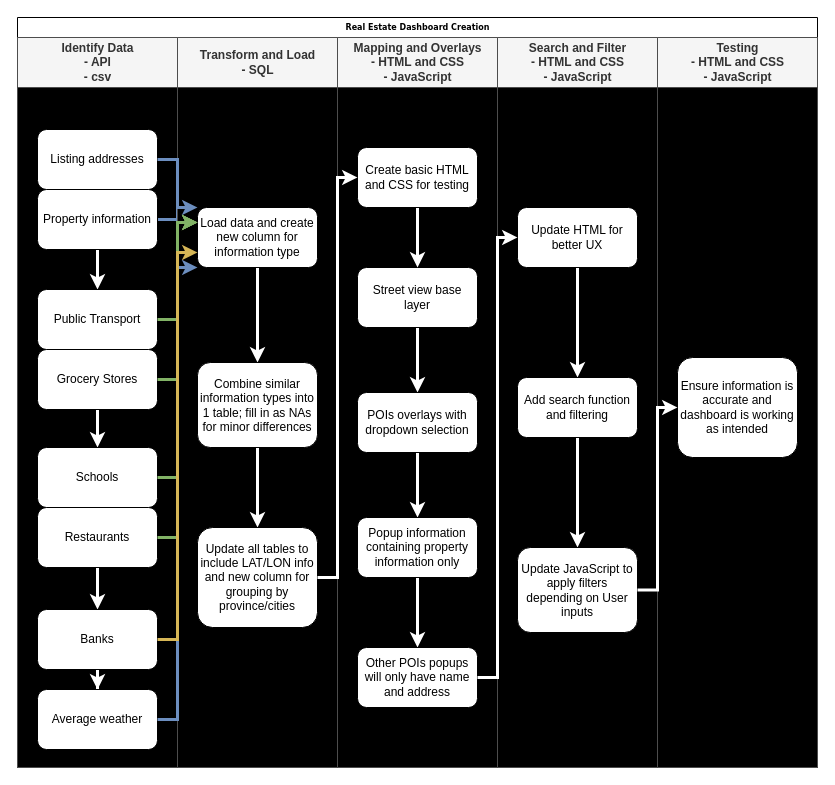
Above: Real Estate Project Breakdown.drawio in vivsarraf/Real-Estate-Dashboard (draw.io), before the change. Source tidied: cells renumbered, new cells numbered last; positions are measured from the earlier drawing's top-left corner, leaving out a move shared by most shapes. Both pictures are drawn from the tidied source at 100%, with x=0, y=0 at pixel (17, 17).
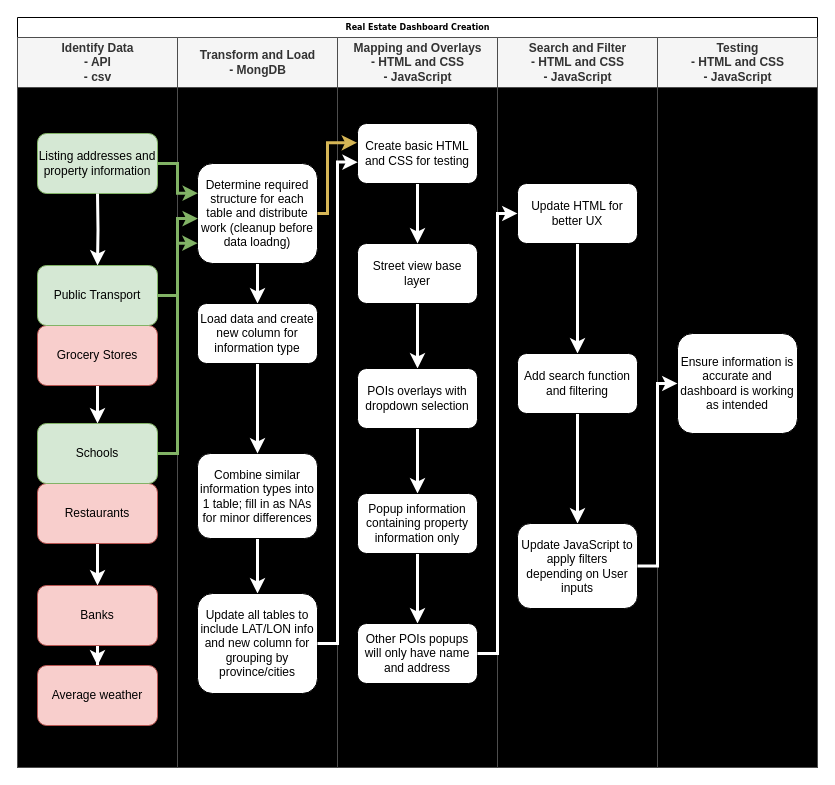
Above is the later version.

Unchanged cells that the change refers to:
```xml
<mxCell id="2" value="Real Estate Dashboard Creation" style="swimlane;html=1;startSize=20;rounded=0;shadow=0;labelBackgroundColor=none;strokeWidth=1;fontFamily=Verdana;fontSize=8;align=center;" parent="1" vertex="1">
  <mxGeometry width="800" height="750" as="geometry" />
</mxCell>
<mxCell id="3" value="Identify Data&lt;div&gt;- API&lt;/div&gt;&lt;div&gt;- csv&lt;/div&gt;" style="swimlane;html=1;startSize=50;strokeColor=#4D4D4D;fillColor=#f5f5f5;fontColor=#333333;shadow=0;glass=0;swimlaneLine=1;swimlaneFillColor=#000000;" parent="2" vertex="1">
  <mxGeometry y="20" width="160" height="730" as="geometry" />
</mxCell>
<mxCell id="23" value="Mapping and Overlays&lt;div&gt;- HTML and CSS&lt;/div&gt;&lt;div&gt;-&amp;nbsp;&lt;span style=&quot;background-color: initial;&quot;&gt;JavaScript&lt;/span&gt;&lt;/div&gt;" style="swimlane;html=1;startSize=50;strokeColor=#4D4D4D;swimlaneFillColor=#000000;fillColor=#f5f5f5;fontColor=#333333;" parent="2" vertex="1">
  <mxGeometry x="320" y="20" width="160" height="730" as="geometry" />
</mxCell>
<mxCell id="33" value="Search and Filter&lt;div&gt;&lt;div&gt;- HTML and CSS&lt;/div&gt;&lt;div&gt;-&amp;nbsp;&lt;span style=&quot;background-color: initial;&quot;&gt;JavaScript&lt;/span&gt;&lt;/div&gt;&lt;/div&gt;" style="swimlane;html=1;startSize=50;strokeColor=#4D4D4D;swimlaneFillColor=#000000;fillColor=#f5f5f5;fontColor=#333333;" parent="2" vertex="1">
  <mxGeometry x="480" y="20" width="160" height="730" as="geometry" />
</mxCell>
<mxCell id="39" value="Testing&lt;div&gt;&lt;div&gt;- HTML and CSS&lt;/div&gt;&lt;div&gt;-&amp;nbsp;&lt;span style=&quot;background-color: initial;&quot;&gt;JavaScript&lt;/span&gt;&lt;/div&gt;&lt;/div&gt;" style="swimlane;html=1;startSize=50;strokeColor=#4D4D4D;swimlaneFillColor=#000000;fillColor=#f5f5f5;fontColor=#333333;" parent="2" vertex="1">
  <mxGeometry x="640" y="20" width="160" height="730" as="geometry" />
</mxCell>
```

Diff of the diagram source:
```diff
@@
-    <mxCell id="4" value="Listing addresses" style="rounded=1;whiteSpace=wrap;html=1;" parent="3" vertex="1">
-      <mxGeometry x="20" y="92" width="120" height="60" as="geometry" />
+    <mxCell id="4" value="Listing addresses and property information" style="rounded=1;whiteSpace=wrap;html=1;fillColor=#d5e8d4;strokeColor=#82b366;" parent="3" vertex="1">
+      <mxGeometry x="20" y="96" width="120" height="60" as="geometry" />
     </mxCell>
@@
-    <mxCell id="6" value="Grocery Stores" style="rounded=1;whiteSpace=wrap;html=1;" parent="3" vertex="1">
-      <mxGeometry x="20" y="312" width="120" height="60" as="geometry" />
+    <mxCell id="6" value="Grocery Stores" style="rounded=1;whiteSpace=wrap;html=1;fillColor=#f8cecc;strokeColor=#b85450;" parent="3" vertex="1">
+      <mxGeometry x="20" y="288" width="120" height="60" as="geometry" />
     </mxCell>
@@
-    <mxCell id="8" value="Restaurants" style="rounded=1;whiteSpace=wrap;html=1;" parent="3" vertex="1">
-      <mxGeometry x="20" y="470" width="120" height="60" as="geometry" />
+    <mxCell id="8" value="Restaurants" style="rounded=1;whiteSpace=wrap;html=1;fillColor=#f8cecc;strokeColor=#b85450;" parent="3" vertex="1">
+      <mxGeometry x="20" y="446" width="120" height="60" as="geometry" />
     </mxCell>
@@
-    <mxCell id="10" value="Banks" style="rounded=1;whiteSpace=wrap;html=1;" parent="3" vertex="1">
-      <mxGeometry x="20" y="572" width="120" height="60" as="geometry" />
+    <mxCell id="10" value="Banks" style="rounded=1;whiteSpace=wrap;html=1;fillColor=#f8cecc;strokeColor=#b85450;" parent="3" vertex="1">
+      <mxGeometry x="20" y="548" width="120" height="60" as="geometry" />
     </mxCell>
-    <mxCell id="11" style="edgeStyle=orthogonalEdgeStyle;rounded=0;jettySize=auto;html=1;strokeColor=#FFFFFF;strokeWidth=3;" parent="3" edge="1" source="13" target="14">
-      <mxGeometry relative="1" as="geometry" />
+    <mxCell id="11" style="edgeStyle=orthogonalEdgeStyle;rounded=0;jettySize=auto;html=1;strokeColor=#FFFFFF;strokeWidth=3;" parent="3" edge="1" target="14">
+      <mxGeometry relative="1" as="geometry">
+        <mxPoint x="80" y="156" as="sourcePoint" />
+      </mxGeometry>
     </mxCell>
-    <mxCell id="12" style="edgeStyle=orthogonalEdgeStyle;rounded=0;jettySize=auto;html=1;exitX=1;exitY=0.5;exitDx=0;exitDy=0;fillColor=#dae8fc;strokeColor=#6c8ebf;strokeWidth=3;" parent="3" edge="1" source="13">
-      <mxGeometry relative="1" as="geometry">
-        <mxPoint x="180" y="170" as="targetPoint" />
-      </mxGeometry>
-    </mxCell>
-    <mxCell id="13" value="Property information" style="rounded=1;whiteSpace=wrap;html=1;" parent="3" vertex="1">
-      <mxGeometry x="20" y="152" width="120" height="60" as="geometry" />
-    </mxCell>
-    <mxCell id="14" value="Public Transport" style="rounded=1;whiteSpace=wrap;html=1;" parent="3" vertex="1">
-      <mxGeometry x="20" y="252" width="120" height="60" as="geometry" />
+    <mxCell id="14" value="Public Transport" style="rounded=1;whiteSpace=wrap;html=1;fillColor=#d5e8d4;strokeColor=#82b366;" parent="3" vertex="1">
+      <mxGeometry x="20" y="228" width="120" height="60" as="geometry" />
     </mxCell>
-    <mxCell id="15" value="Average weather" style="rounded=1;whiteSpace=wrap;html=1;" parent="3" vertex="1">
-      <mxGeometry x="20" y="652" width="120" height="60" as="geometry" />
+    <mxCell id="15" value="Average weather" style="rounded=1;whiteSpace=wrap;html=1;fillColor=#f8cecc;strokeColor=#b85450;" parent="3" vertex="1">
+      <mxGeometry x="20" y="628" width="120" height="60" as="geometry" />
     </mxCell>
-    <mxCell id="16" value="Schools" style="rounded=1;whiteSpace=wrap;html=1;" parent="3" vertex="1">
-      <mxGeometry x="20" y="410" width="120" height="60" as="geometry" />
+    <mxCell id="16" value="Schools" style="rounded=1;whiteSpace=wrap;html=1;fillColor=#d5e8d4;strokeColor=#82b366;" parent="3" vertex="1">
+      <mxGeometry x="20" y="386" width="120" height="60" as="geometry" />
     </mxCell>
-    <mxCell id="17" value="Transform and Load&lt;div&gt;- SQL&lt;/div&gt;" style="swimlane;html=1;startSize=50;strokeColor=#4D4D4D;swimlaneFillColor=#000000;fillColor=#f5f5f5;fontColor=#333333;" parent="2" vertex="1">
+    <mxCell id="17" value="Transform and Load&lt;div&gt;- MongDB&lt;/div&gt;" style="swimlane;html=1;startSize=50;strokeColor=#4D4D4D;swimlaneFillColor=#000000;fillColor=#f5f5f5;fontColor=#333333;" parent="2" vertex="1">
       <mxGeometry x="160" y="20" width="160" height="730" as="geometry" />
     </mxCell>
-    <mxCell id="18" style="edgeStyle=orthogonalEdgeStyle;rounded=0;jettySize=auto;html=1;strokeColor=#FFFFFF;strokeWidth=3;" parent="17" edge="1" source="19" target="21">
+    <mxCell id="18" style="edgeStyle=orthogonalEdgeStyle;rounded=0;jettySize=auto;html=1;strokeColor=#FFFFFF;strokeWidth=3;entryX=0.5;entryY=0;entryDx=0;entryDy=0;" parent="17" edge="1" source="19" target="52">
       <mxGeometry relative="1" as="geometry" />
     </mxCell>
-    <mxCell id="19" value="Load data and create new column for information type" style="rounded=1;whiteSpace=wrap;html=1;" parent="17" vertex="1">
-      <mxGeometry x="20" y="170" width="120" height="60" as="geometry" />
+    <mxCell id="19" value="Determine required structure for each table and distribute work (cleanup before data loadng)" style="rounded=1;whiteSpace=wrap;html=1;" parent="17" vertex="1">
+      <mxGeometry x="20" y="126" width="120" height="100" as="geometry" />
     </mxCell>
@@
     <mxCell id="21" value="Combine similar information types into 1 table; fill in as NAs for minor differences" style="rounded=1;whiteSpace=wrap;html=1;" parent="17" vertex="1">
-      <mxGeometry x="20" y="325" width="120" height="85" as="geometry" />
+      <mxGeometry x="20" y="416" width="120" height="85" as="geometry" />
     </mxCell>
     <mxCell id="22" value="Update all tables to include LAT/LON info and new column for grouping by province/cities" style="rounded=1;whiteSpace=wrap;html=1;" parent="17" vertex="1">
-      <mxGeometry x="20" y="490" width="120" height="100" as="geometry" />
+      <mxGeometry x="20" y="556" width="120" height="100" as="geometry" />
     </mxCell>
+    <mxCell id="51" style="edgeStyle=orthogonalEdgeStyle;rounded=0;jettySize=auto;html=1;strokeColor=#FFFFFF;strokeWidth=3;" parent="17" edge="1" source="52" target="21">
+      <mxGeometry relative="1" as="geometry" />
+    </mxCell>
+    <mxCell id="52" value="Load data and create new column for information type" style="rounded=1;whiteSpace=wrap;html=1;" parent="17" vertex="1">
+      <mxGeometry x="20" y="266" width="120" height="60" as="geometry" />
+    </mxCell>
@@
     <mxCell id="25" value="Street view base layer" style="rounded=1;whiteSpace=wrap;html=1;" parent="23" vertex="1">
-      <mxGeometry x="20" y="230" width="120" height="60" as="geometry" />
+      <mxGeometry x="20" y="206" width="120" height="60" as="geometry" />
     </mxCell>
@@
     <mxCell id="27" value="POIs overlays with dropdown selection" style="rounded=1;whiteSpace=wrap;html=1;" parent="23" vertex="1">
-      <mxGeometry x="20" y="355" width="120" height="60" as="geometry" />
+      <mxGeometry x="20" y="331" width="120" height="60" as="geometry" />
     </mxCell>
@@
     <mxCell id="29" value="Popup information containing property information only" style="rounded=1;whiteSpace=wrap;html=1;" parent="23" vertex="1">
-      <mxGeometry x="20" y="480" width="120" height="60" as="geometry" />
+      <mxGeometry x="20" y="456" width="120" height="60" as="geometry" />
     </mxCell>
     <mxCell id="30" value="Other POIs popups will only have name and address" style="rounded=1;whiteSpace=wrap;html=1;" parent="23" vertex="1">
-      <mxGeometry x="20" y="610" width="120" height="60" as="geometry" />
+      <mxGeometry x="20" y="586" width="120" height="60" as="geometry" />
     </mxCell>
@@
     <mxCell id="32" value="Create basic HTML and CSS for testing" style="rounded=1;whiteSpace=wrap;html=1;" parent="23" vertex="1">
-      <mxGeometry x="20" y="110" width="120" height="60" as="geometry" />
+      <mxGeometry x="20" y="86" width="120" height="60" as="geometry" />
     </mxCell>
@@
     <mxCell id="35" value="Update HTML for better UX" style="rounded=1;whiteSpace=wrap;html=1;" parent="33" vertex="1">
-      <mxGeometry x="20" y="170" width="120" height="60" as="geometry" />
+      <mxGeometry x="20" y="146" width="120" height="60" as="geometry" />
     </mxCell>
@@
     <mxCell id="37" value="Add search function and filtering" style="rounded=1;whiteSpace=wrap;html=1;" parent="33" vertex="1">
-      <mxGeometry x="20" y="340" width="120" height="60" as="geometry" />
+      <mxGeometry x="20" y="316" width="120" height="60" as="geometry" />
     </mxCell>
     <mxCell id="38" value="Update JavaScript to apply filters depending on User inputs" style="rounded=1;whiteSpace=wrap;html=1;" parent="33" vertex="1">
-      <mxGeometry x="20" y="510" width="120" height="85" as="geometry" />
+      <mxGeometry x="20" y="486" width="120" height="85" as="geometry" />
     </mxCell>
@@
     <mxCell id="40" value="Ensure information is accurate and dashboard is working as intended" style="rounded=1;whiteSpace=wrap;html=1;" parent="39" vertex="1">
-      <mxGeometry x="20" y="320" width="120" height="100" as="geometry" />
+      <mxGeometry x="20" y="296" width="120" height="100" as="geometry" />
     </mxCell>
-    <mxCell id="41" style="edgeStyle=orthogonalEdgeStyle;rounded=0;jettySize=auto;html=1;exitX=1;exitY=0.5;exitDx=0;exitDy=0;entryX=0;entryY=0;entryDx=0;entryDy=0;fillColor=#dae8fc;strokeColor=#6c8ebf;strokeWidth=3;" parent="2" edge="1" source="4" target="19">
+    <mxCell id="41" style="edgeStyle=orthogonalEdgeStyle;rounded=0;jettySize=auto;html=1;exitX=1;exitY=0.5;exitDx=0;exitDy=0;fillColor=#d5e8d4;strokeColor=#82b366;strokeWidth=3;entryX=0.003;entryY=0.297;entryDx=0;entryDy=0;entryPerimeter=0;" parent="2" edge="1" source="4" target="19">
       <mxGeometry relative="1" as="geometry">
         <Array as="points">
-          <mxPoint x="160" y="142" />
-          <mxPoint x="160" y="190" />
+          <mxPoint x="160" y="146" />
+          <mxPoint x="160" y="176" />
+          <mxPoint x="180" y="176" />
         </Array>
       </mxGeometry>
     </mxCell>
-    <mxCell id="42" style="edgeStyle=orthogonalEdgeStyle;rounded=0;jettySize=auto;html=1;exitX=1;exitY=0.5;exitDx=0;exitDy=0;entryX=0;entryY=0.25;entryDx=0;entryDy=0;fillColor=#d5e8d4;strokeColor=#82b366;strokeWidth=3;" parent="2" edge="1" source="14" target="19">
+    <mxCell id="42" style="edgeStyle=orthogonalEdgeStyle;rounded=0;jettySize=auto;html=1;exitX=1;exitY=0.5;exitDx=0;exitDy=0;entryX=0.003;entryY=0.551;entryDx=0;entryDy=0;fillColor=#d5e8d4;strokeColor=#82b366;strokeWidth=3;entryPerimeter=0;" parent="2" edge="1" source="14" target="19">
       <mxGeometry relative="1" as="geometry" />
     </mxCell>
-    <mxCell id="43" style="edgeStyle=orthogonalEdgeStyle;rounded=0;jettySize=auto;html=1;exitX=1;exitY=0.5;exitDx=0;exitDy=0;entryX=0;entryY=0.25;entryDx=0;entryDy=0;fillColor=#d5e8d4;strokeColor=#82b366;strokeWidth=3;" parent="2" edge="1" source="6" target="19">
-      <mxGeometry relative="1" as="geometry" />
-    </mxCell>
-    <mxCell id="44" style="edgeStyle=orthogonalEdgeStyle;rounded=0;jettySize=auto;html=1;exitX=1;exitY=0.5;exitDx=0;exitDy=0;entryX=0;entryY=1;entryDx=0;entryDy=0;fillColor=#dae8fc;strokeColor=#6c8ebf;strokeWidth=3;" parent="2" edge="1" source="15" target="19">
-      <mxGeometry relative="1" as="geometry">
-        <Array as="points">
-          <mxPoint x="160" y="702" />
-          <mxPoint x="160" y="250" />
-        </Array>
-      </mxGeometry>
-    </mxCell>
-    <mxCell id="45" style="edgeStyle=orthogonalEdgeStyle;rounded=0;jettySize=auto;html=1;exitX=1;exitY=0.5;exitDx=0;exitDy=0;entryX=0;entryY=0.5;entryDx=0;entryDy=0;strokeColor=#FFFFFF;strokeWidth=3;" parent="2" edge="1" source="22" target="32">
+    <mxCell id="45" style="edgeStyle=orthogonalEdgeStyle;rounded=0;jettySize=auto;html=1;exitX=1;exitY=0.5;exitDx=0;exitDy=0;entryX=0.002;entryY=0.644;entryDx=0;entryDy=0;strokeColor=#FFFFFF;strokeWidth=3;entryPerimeter=0;" parent="2" edge="1" source="22" target="32">
       <mxGeometry relative="1" as="geometry" />
     </mxCell>
@@
-    <mxCell id="48" style="edgeStyle=orthogonalEdgeStyle;rounded=0;jettySize=auto;html=1;exitX=1;exitY=0.5;exitDx=0;exitDy=0;entryX=0;entryY=0.25;entryDx=0;entryDy=0;fillColor=#d5e8d4;strokeColor=#82b366;strokeWidth=3;" parent="2" edge="1" source="8" target="19">
-      <mxGeometry relative="1" as="geometry" />
-    </mxCell>
-    <mxCell id="49" style="edgeStyle=orthogonalEdgeStyle;rounded=0;jettySize=auto;html=1;exitX=1;exitY=0.5;exitDx=0;exitDy=0;entryX=0;entryY=0.25;entryDx=0;entryDy=0;fillColor=#d5e8d4;strokeColor=#82b366;strokeWidth=3;" parent="2" edge="1" source="16" target="19">
+    <mxCell id="49" style="edgeStyle=orthogonalEdgeStyle;rounded=0;jettySize=auto;html=1;exitX=1;exitY=0.5;exitDx=0;exitDy=0;entryX=0.001;entryY=0.797;entryDx=0;entryDy=0;fillColor=#d5e8d4;strokeColor=#82b366;strokeWidth=3;entryPerimeter=0;" parent="2" edge="1" source="16" target="19">
       <mxGeometry relative="1" as="geometry" />
     </mxCell>
-    <mxCell id="50" style="edgeStyle=orthogonalEdgeStyle;rounded=0;jettySize=auto;html=1;exitX=1;exitY=0.5;exitDx=0;exitDy=0;entryX=0;entryY=0.75;entryDx=0;entryDy=0;fillColor=#fff2cc;strokeColor=#d6b656;strokeWidth=3;" parent="2" edge="1" source="10" target="19">
-      <mxGeometry relative="1" as="geometry" />
-    </mxCell>
+    <mxCell id="53" style="edgeStyle=orthogonalEdgeStyle;rounded=0;jettySize=auto;html=1;fillColor=#fff2cc;strokeColor=#d6b656;strokeWidth=3;entryX=-0.004;entryY=0.321;entryDx=0;entryDy=0;entryPerimeter=0;" parent="2" edge="1" source="19" target="32">
+      <mxGeometry relative="1" as="geometry">
+        <Array as="points">
+          <mxPoint x="310" y="196" />
+          <mxPoint x="310" y="126" />
+          <mxPoint x="339" y="126" />
+        </Array>
+      </mxGeometry>
+    </mxCell>
```
